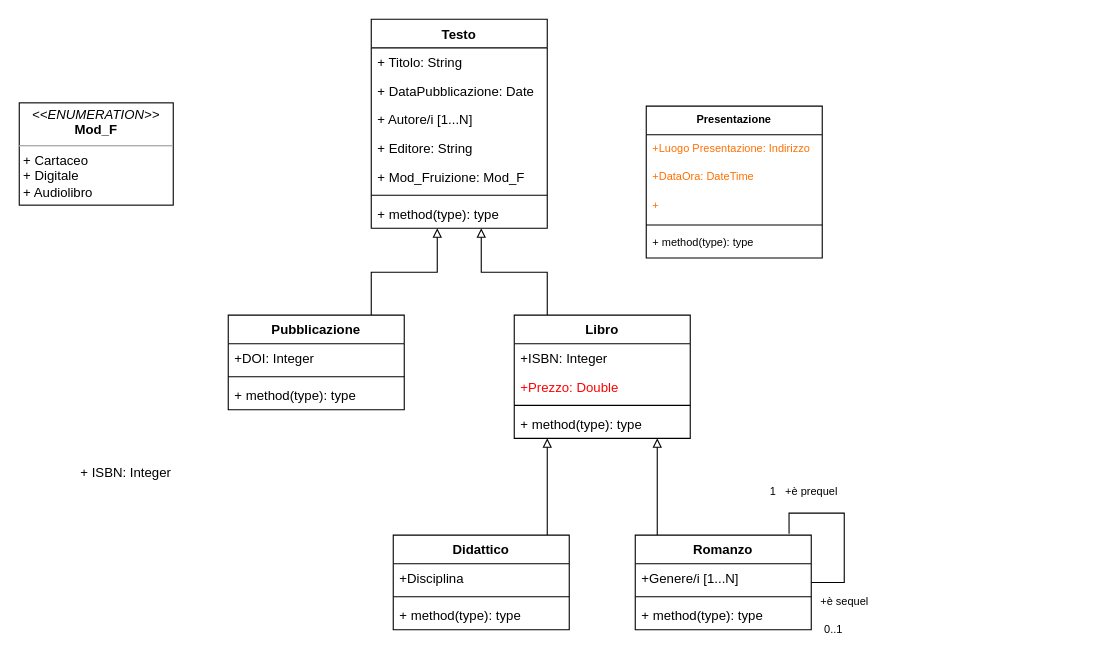
This is Schemi/UML.drawio from simoneparente/Biblioteca, a draw.io file, before an edit. Source tidied: cells renumbered, new cells numbered last; positions are measured from the earlier drawing's top-left corner, leaving out a move shared by most shapes. Both pictures are drawn from the tidied source at 110%, with x=0, y=0 at pixel (19, 19).
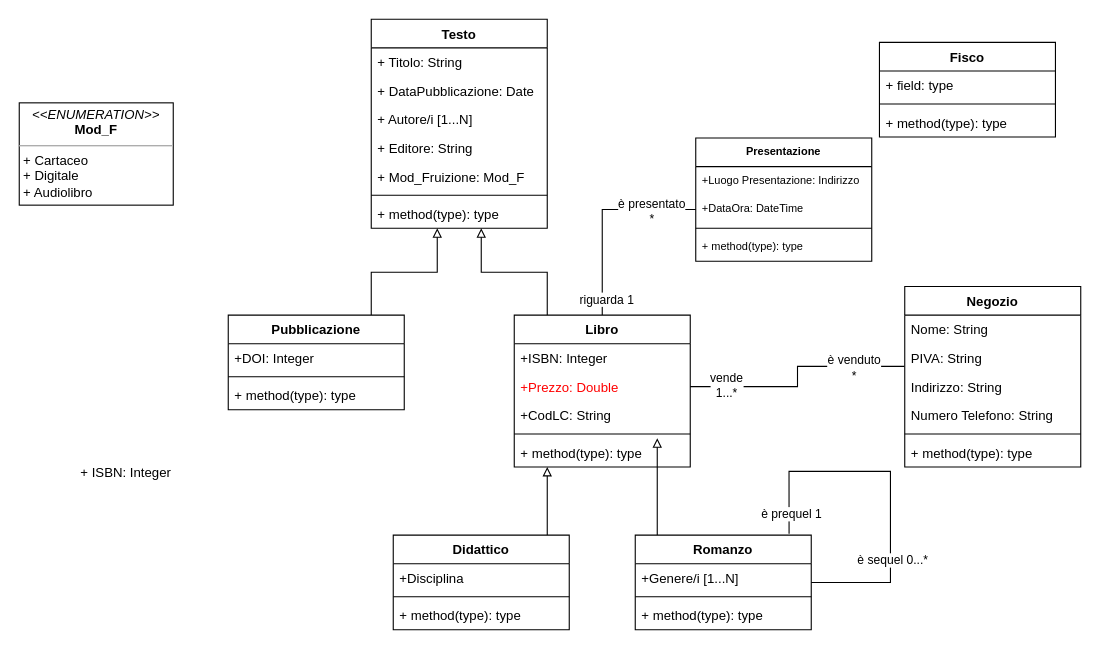
After the change.

The change refers to these unchanged cells:
```xml
<mxCell id="17" value="+Prezzo: Double" style="text;strokeColor=none;fillColor=none;align=left;verticalAlign=top;spacingLeft=4;spacingRight=4;overflow=hidden;points=[[0,0.5],[1,0.5]];portConstraint=eastwest;fontColor=#FF0000;" parent="15" vertex="1">
  <mxGeometry y="52" width="160" height="26" as="geometry" />
</mxCell>
<mxCell id="30" value="Romanzo" style="swimlane;fontStyle=1;align=center;verticalAlign=top;horizontal=1;startSize=26;fontColor=#000000;" parent="1" vertex="1">
  <mxGeometry x="560" y="469" width="160" height="86" as="geometry" />
</mxCell>
```

The edit, as a diff of the source:
```diff
@@
+    <mxCell id="44" style="edgeStyle=orthogonalEdgeStyle;rounded=0;jettySize=auto;html=1;endArrow=none;endFill=0;" parent="1" edge="1" source="15" target="40">
+      <mxGeometry relative="1" as="geometry" />
+    </mxCell>
+    <mxCell id="45" value="è presentato&lt;br&gt;*" style="edgeLabel;html=1;align=center;verticalAlign=middle;fontColor=#000000;" parent="44" vertex="1">
+      <mxGeometry x="0.55" y="-1" relative="1" as="geometry" />
+    </mxCell>
+    <mxCell id="46" value="riguarda 1" style="edgeLabel;html=1;align=center;verticalAlign=middle;fontColor=#000000;" parent="44" vertex="1">
+      <mxGeometry x="-0.83" y="-3" relative="1" as="geometry" />
+    </mxCell>
     <mxCell id="15" value="Libro" style="swimlane;fontStyle=1;align=center;verticalAlign=top;horizontal=1;startSize=26;" parent="1" vertex="1">
-      <mxGeometry x="450" y="269" width="160" height="112" as="geometry" />
+      <mxGeometry x="450" y="269" width="160" height="138" as="geometry" />
     </mxCell>
@@
+    <mxCell id="47" value="+CodLC: String" style="text;strokeColor=none;fillColor=none;align=left;verticalAlign=top;spacingLeft=4;spacingRight=4;overflow=hidden;" parent="15" vertex="1">
+      <mxGeometry y="78" width="160" height="26" as="geometry" />
+    </mxCell>
     <mxCell id="18" style="line;strokeWidth=1;fillColor=none;align=left;verticalAlign=middle;spacingTop=-1;spacingLeft=3;spacingRight=3;labelPosition=right;strokeColor=inherit;" parent="15" vertex="1">
-      <mxGeometry y="78" width="160" height="8" as="geometry" />
+      <mxGeometry y="104" width="160" height="8" as="geometry" />
     </mxCell>
     <mxCell id="19" value="+ method(type): type" style="text;strokeColor=none;fillColor=none;align=left;verticalAlign=top;spacingLeft=4;spacingRight=4;overflow=hidden;" parent="15" vertex="1">
-      <mxGeometry y="86" width="160" height="26" as="geometry" />
+      <mxGeometry y="112" width="160" height="26" as="geometry" />
     </mxCell>
@@
     <mxCell id="29" style="edgeStyle=orthogonalEdgeStyle;rounded=0;orthogonalLoop=1;jettySize=auto;html=1;fontColor=#000000;startArrow=none;startFill=0;endArrow=none;endFill=0;entryX=0.874;entryY=-0.016;entryDx=0;entryDy=0;entryPerimeter=0;" parent="1" edge="1" source="30" target="30">
       <mxGeometry relative="1" as="geometry">
         <Array as="points">
-          <mxPoint x="750" y="512" />
-          <mxPoint x="750" y="449" />
-          <mxPoint x="700" y="449" />
+          <mxPoint x="792" y="512" />
+          <mxPoint x="792" y="411" />
+          <mxPoint x="700" y="411" />
         </Array>
       </mxGeometry>
     </mxCell>
+    <mxCell id="48" value="è prequel 1" style="edgeLabel;html=1;align=center;verticalAlign=middle;fontColor=#000000;" parent="29" vertex="1">
+      <mxGeometry x="0.95" y="2" relative="1" as="geometry">
+        <mxPoint y="-10" as="offset" />
+      </mxGeometry>
+    </mxCell>
+    <mxCell id="49" value="è sequel 0...*" style="edgeLabel;html=1;align=center;verticalAlign=middle;fontColor=#000000;" parent="29" vertex="1">
+      <mxGeometry x="-0.89" relative="1" as="geometry">
+        <mxPoint x="55" y="-21" as="offset" />
+      </mxGeometry>
+    </mxCell>
@@
-    <mxCell id="34" value="1" style="text;html=1;align=center;verticalAlign=middle;strokeColor=none;fillColor=none;fontColor=#000000;fontSize=10;" parent="1" vertex="1">
-      <mxGeometry x="670" y="414" width="30" height="30" as="geometry" />
-    </mxCell>
-    <mxCell id="35" value="+è prequel" style="text;html=1;align=center;verticalAlign=middle;strokeColor=none;fillColor=none;fontColor=#000000;fontSize=10;" parent="1" vertex="1">
-      <mxGeometry x="685" y="414" width="70" height="30" as="geometry" />
-    </mxCell>
-    <mxCell id="36" value="+è sequel" style="text;html=1;align=center;verticalAlign=middle;strokeColor=none;fillColor=none;fontColor=#000000;fontSize=10;" parent="1" vertex="1">
-      <mxGeometry x="715" y="514" width="70" height="30" as="geometry" />
-    </mxCell>
-    <mxCell id="37" value="0..1" style="text;html=1;align=center;verticalAlign=middle;strokeColor=none;fillColor=none;fontColor=#000000;fontSize=10;" parent="1" vertex="1">
-      <mxGeometry x="720" y="539" width="40" height="30" as="geometry" />
-    </mxCell>
     <mxCell id="38" value="Presentazione" style="swimlane;fontStyle=1;align=center;verticalAlign=top;horizontal=1;startSize=26;fontSize=10;fontColor=#000000;" parent="1" vertex="1">
-      <mxGeometry x="570" y="79" width="160" height="138" as="geometry" />
+      <mxGeometry x="615" y="108" width="160" height="112" as="geometry" />
     </mxCell>
-    <mxCell id="39" value="+Luogo Presentazione: Indirizzo" style="text;strokeColor=none;fillColor=none;align=left;verticalAlign=top;spacingLeft=4;spacingRight=4;overflow=hidden;fontSize=10;fontColor=#FF6F00;" parent="38" vertex="1">
+    <mxCell id="39" value="+Luogo Presentazione: Indirizzo" style="text;strokeColor=none;fillColor=none;align=left;verticalAlign=top;spacingLeft=4;spacingRight=4;overflow=hidden;fontSize=10;fontColor=#000000;" parent="38" vertex="1">
       <mxGeometry y="26" width="160" height="26" as="geometry" />
     </mxCell>
-    <mxCell id="40" value="+DataOra: DateTime" style="text;strokeColor=none;fillColor=none;align=left;verticalAlign=top;spacingLeft=4;spacingRight=4;overflow=hidden;points=[[0,0.5],[1,0.5]];portConstraint=eastwest;fontSize=10;fontColor=#FF6F00;" parent="38" vertex="1">
+    <mxCell id="40" value="+DataOra: DateTime" style="text;strokeColor=none;fillColor=none;align=left;verticalAlign=top;spacingLeft=4;spacingRight=4;overflow=hidden;points=[[0,0.5],[1,0.5]];portConstraint=eastwest;fontSize=10;fontColor=#000000;" parent="38" vertex="1">
       <mxGeometry y="52" width="160" height="26" as="geometry" />
     </mxCell>
-    <mxCell id="41" value="+" style="text;strokeColor=none;fillColor=none;align=left;verticalAlign=top;spacingLeft=4;spacingRight=4;overflow=hidden;fontSize=10;fontColor=#FF6F00;" parent="38" vertex="1">
-      <mxGeometry y="78" width="160" height="26" as="geometry" />
-    </mxCell>
     <mxCell id="42" style="line;strokeWidth=1;fillColor=none;align=left;verticalAlign=middle;spacingTop=-1;spacingLeft=3;spacingRight=3;labelPosition=right;strokeColor=inherit;fontSize=10;fontColor=#000000;" parent="38" vertex="1">
-      <mxGeometry y="104" width="160" height="8" as="geometry" />
+      <mxGeometry y="78" width="160" height="8" as="geometry" />
     </mxCell>
     <mxCell id="43" value="+ method(type): type" style="text;strokeColor=none;fillColor=none;align=left;verticalAlign=top;spacingLeft=4;spacingRight=4;overflow=hidden;fontSize=10;fontColor=#000000;" parent="38" vertex="1">
-      <mxGeometry y="112" width="160" height="26" as="geometry" />
+      <mxGeometry y="86" width="160" height="26" as="geometry" />
     </mxCell>
+    <mxCell id="50" value="Negozio" style="swimlane;fontStyle=1;align=center;verticalAlign=top;horizontal=1;startSize=26;fontColor=#000000;" parent="1" vertex="1">
+      <mxGeometry x="805" y="243" width="160" height="164" as="geometry" />
+    </mxCell>
+    <mxCell id="51" value="Nome: String" style="text;strokeColor=none;fillColor=none;align=left;verticalAlign=top;spacingLeft=4;spacingRight=4;overflow=hidden;fontColor=#000000;" parent="50" vertex="1">
+      <mxGeometry y="26" width="160" height="26" as="geometry" />
+    </mxCell>
+    <mxCell id="52" value="PIVA: String" style="text;strokeColor=none;fillColor=none;align=left;verticalAlign=top;spacingLeft=4;spacingRight=4;overflow=hidden;points=[[0,0.5],[1,0.5]];portConstraint=eastwest;fontColor=#000000;" parent="50" vertex="1">
+      <mxGeometry y="52" width="160" height="26" as="geometry" />
+    </mxCell>
+    <mxCell id="53" value="Indirizzo: String" style="text;strokeColor=none;fillColor=none;align=left;verticalAlign=top;spacingLeft=4;spacingRight=4;overflow=hidden;fontColor=#000000;" parent="50" vertex="1">
+      <mxGeometry y="78" width="160" height="26" as="geometry" />
+    </mxCell>
+    <mxCell id="54" value="Numero Telefono: String" style="text;strokeColor=none;fillColor=none;align=left;verticalAlign=top;spacingLeft=4;spacingRight=4;overflow=hidden;fontColor=#000000;" parent="50" vertex="1">
+      <mxGeometry y="104" width="160" height="26" as="geometry" />
+    </mxCell>
+    <mxCell id="55" style="line;strokeWidth=1;fillColor=none;align=left;verticalAlign=middle;spacingTop=-1;spacingLeft=3;spacingRight=3;labelPosition=right;fontColor=#000000;" parent="50" vertex="1">
+      <mxGeometry y="130" width="160" height="8" as="geometry" />
+    </mxCell>
+    <mxCell id="56" value="+ method(type): type" style="text;strokeColor=none;fillColor=none;align=left;verticalAlign=top;spacingLeft=4;spacingRight=4;overflow=hidden;fontColor=#000000;" parent="50" vertex="1">
+      <mxGeometry y="138" width="160" height="26" as="geometry" />
+    </mxCell>
+    <mxCell id="57" style="edgeStyle=orthogonalEdgeStyle;rounded=0;jettySize=auto;html=1;entryX=-0.002;entryY=0.791;entryDx=0;entryDy=0;entryPerimeter=0;fontColor=#000000;endArrow=none;endFill=0;" parent="1" edge="1" source="17" target="52">
+      <mxGeometry relative="1" as="geometry" />
+    </mxCell>
+    <mxCell id="58" value="è venduto&lt;br&gt;*" style="edgeLabel;html=1;align=center;verticalAlign=middle;fontColor=#000000;" parent="57" vertex="1">
+      <mxGeometry x="0.79" y="-1" relative="1" as="geometry">
+        <mxPoint x="-24" as="offset" />
+      </mxGeometry>
+    </mxCell>
+    <mxCell id="59" value="vende&lt;br&gt;1...*" style="edgeLabel;html=1;align=center;verticalAlign=middle;fontColor=#000000;" parent="57" vertex="1">
+      <mxGeometry x="-0.7" y="2" relative="1" as="geometry" />
+    </mxCell>
+    <mxCell id="60" value="Fisco" style="swimlane;fontStyle=1;align=center;verticalAlign=top;horizontal=1;startSize=26;fontColor=#000000;" parent="1" vertex="1">
+      <mxGeometry x="782" y="21" width="160" height="86" as="geometry" />
+    </mxCell>
+    <mxCell id="61" value="+ field: type" style="text;strokeColor=none;fillColor=none;align=left;verticalAlign=top;spacingLeft=4;spacingRight=4;overflow=hidden;fontColor=#000000;" parent="60" vertex="1">
+      <mxGeometry y="26" width="160" height="26" as="geometry" />
+    </mxCell>
+    <mxCell id="62" style="line;strokeWidth=1;fillColor=none;align=left;verticalAlign=middle;spacingTop=-1;spacingLeft=3;spacingRight=3;labelPosition=right;fontColor=#000000;" parent="60" vertex="1">
+      <mxGeometry y="52" width="160" height="8" as="geometry" />
+    </mxCell>
+    <mxCell id="63" value="+ method(type): type" style="text;strokeColor=none;fillColor=none;align=left;verticalAlign=top;spacingLeft=4;spacingRight=4;overflow=hidden;fontColor=#000000;" parent="60" vertex="1">
+      <mxGeometry y="60" width="160" height="26" as="geometry" />
+    </mxCell>
```
